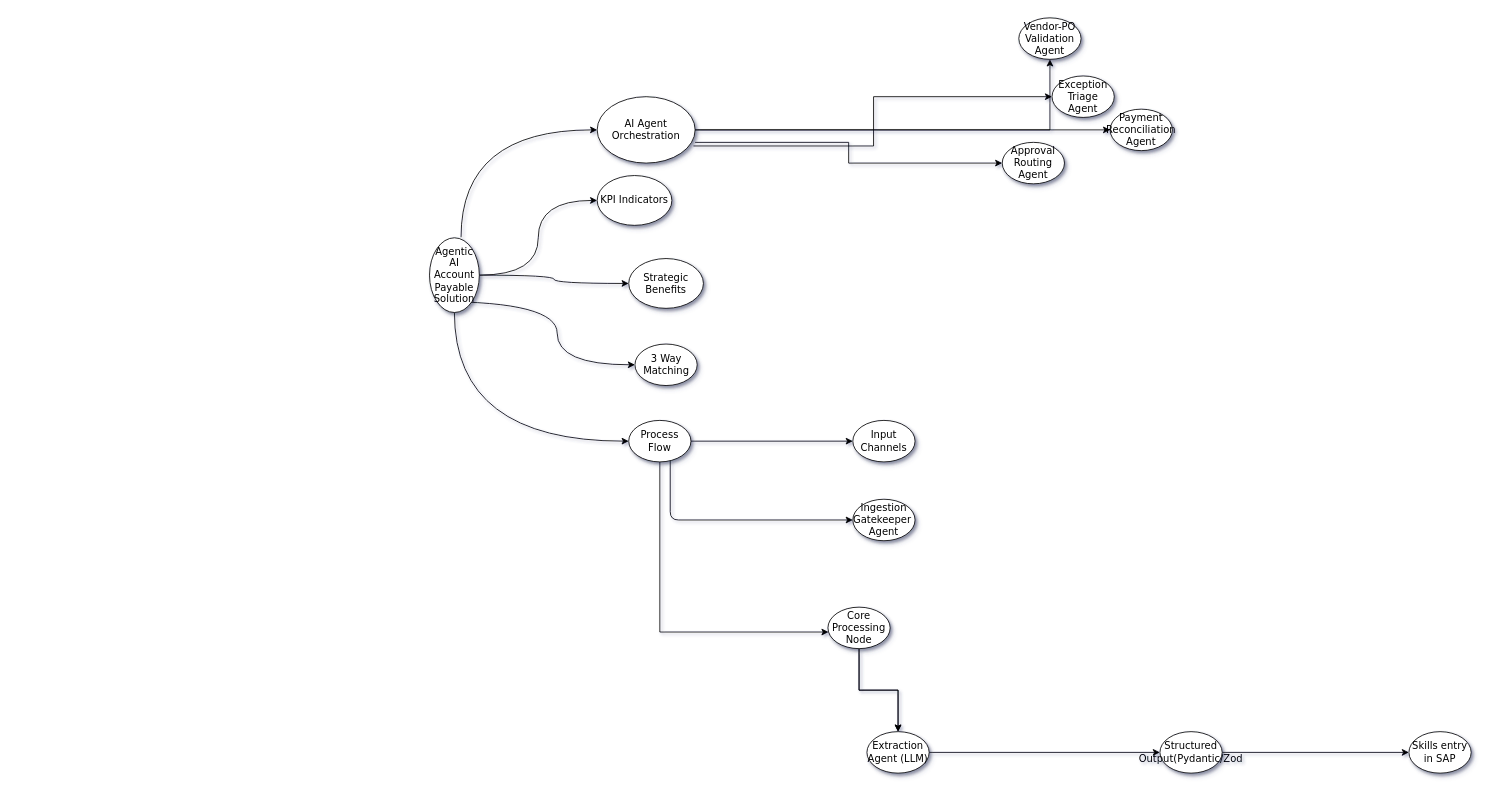
Before: page "Page-1" (1 of 2) of Untitled Diagram.drawio in dev-samar/agentic-ap-workforce, a draw.io diagram. Source tidied: cells renumbered, new cells numbered last; positions are measured from the earlier drawing's top-left corner, leaving out a move shared by most shapes. Both pictures are drawn from the tidied source at 83%, with x=0, y=0 at pixel (429, 17).
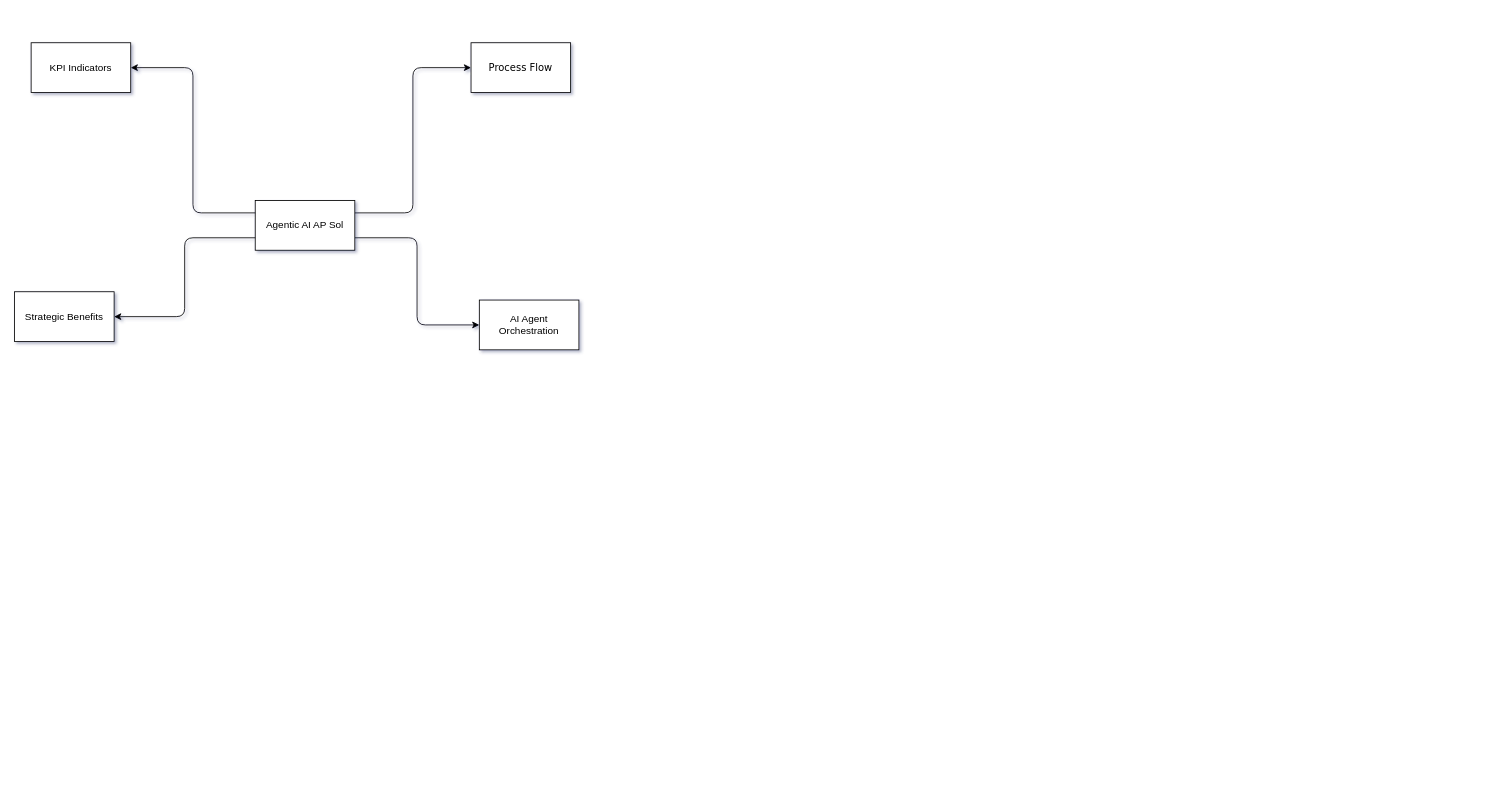
Above is the later version.

What changed in the source:
```diff
@@
-    <mxCell id="2" style="edgeStyle=orthogonalEdgeStyle;rounded=1;jettySize=auto;html=1;curved=1;entryX=0;entryY=0.5;entryDx=0;entryDy=0;exitX=-0.007;exitY=0.633;exitDx=0;exitDy=0;exitPerimeter=0;" parent="1" edge="1" source="7" target="9">
+    <mxCell id="2" style="edgeStyle=orthogonalEdgeStyle;rounded=1;jettySize=auto;html=1;entryX=0;entryY=0.5;entryDx=0;entryDy=0;exitX=1;exitY=0.75;exitDx=0;exitDy=0;" parent="1" edge="1" source="37" target="9">
       <mxGeometry relative="1" as="geometry" />
     </mxCell>
-    <mxCell id="3" style="edgeStyle=orthogonalEdgeStyle;rounded=1;jettySize=auto;html=1;entryX=0;entryY=0.5;entryDx=0;entryDy=0;curved=1;" parent="1" edge="1" source="7" target="14">
-      <mxGeometry relative="1" as="geometry" />
-    </mxCell>
-    <mxCell id="4" style="edgeStyle=orthogonalEdgeStyle;rounded=1;jettySize=auto;html=1;entryX=0;entryY=0.5;entryDx=0;entryDy=0;curved=1;" parent="1" edge="1" source="7" target="15">
-      <mxGeometry relative="1" as="geometry" />
-    </mxCell>
-    <mxCell id="5" style="edgeStyle=orthogonalEdgeStyle;rounded=1;jettySize=auto;html=1;exitX=1;exitY=1;exitDx=0;exitDy=0;curved=1;entryX=0;entryY=0.5;entryDx=0;entryDy=0;" parent="1" edge="1" source="7" target="8">
-      <mxGeometry relative="1" as="geometry" />
-    </mxCell>
-    <mxCell id="6" style="edgeStyle=orthogonalEdgeStyle;rounded=1;jettySize=auto;html=1;curved=1;entryX=0;entryY=0.5;entryDx=0;entryDy=0;exitX=1;exitY=0.5;exitDx=0;exitDy=0;" parent="1" edge="1" source="7" target="13">
+    <mxCell id="6" style="edgeStyle=orthogonalEdgeStyle;rounded=1;jettySize=auto;html=1;entryX=0;entryY=0.5;entryDx=0;entryDy=0;exitX=1;exitY=0.25;exitDx=0;exitDy=0;" parent="1" edge="1" source="37" target="13">
       <mxGeometry relative="1" as="geometry" />
     </mxCell>
-    <mxCell id="7" value="Agentic AI Account Payable Solution" style="ellipse;whiteSpace=wrap;html=1;rounded=1;shadow=1;comic=0;labelBackgroundColor=none;strokeWidth=1;fontFamily=Verdana;fontSize=12;align=center;direction=south;flipH=1;legacyAnchorPoints=0;flipV=0;" parent="1" vertex="1">
-      <mxGeometry y="265" width="60" height="90" as="geometry" />
-    </mxCell>
-    <mxCell id="8" value="&lt;span&gt;3 Way Matching&lt;/span&gt;" style="ellipse;whiteSpace=wrap;html=1;rounded=1;shadow=1;comic=0;labelBackgroundColor=none;strokeWidth=1;fontFamily=Verdana;fontSize=12;align=center;" parent="1" vertex="1">
-      <mxGeometry x="247.5" y="393" width="75" height="50" as="geometry" />
-    </mxCell>
-    <mxCell id="9" value="&lt;span&gt;AI Agent Orchestration&lt;/span&gt;" style="ellipse;whiteSpace=wrap;html=1;rounded=1;shadow=1;comic=0;labelBackgroundColor=none;strokeWidth=1;fontFamily=Verdana;fontSize=12;align=center;" parent="1" vertex="1">
-      <mxGeometry x="202" y="95" width="118" height="80" as="geometry" />
-    </mxCell>
-    <mxCell id="10" style="edgeStyle=orthogonalEdgeStyle;rounded=1;jettySize=auto;html=1;entryX=0;entryY=0.5;entryDx=0;entryDy=0;" parent="1" edge="1" source="13" target="26">
-      <mxGeometry relative="1" as="geometry">
-        <Array as="points">
-          <mxPoint x="290" y="605" />
-        </Array>
-      </mxGeometry>
-    </mxCell>
-    <mxCell id="11" style="edgeStyle=orthogonalEdgeStyle;rounded=0;jettySize=auto;html=1;" parent="1" edge="1" source="13" target="27">
-      <mxGeometry relative="1" as="geometry" />
-    </mxCell>
-    <mxCell id="12" style="edgeStyle=orthogonalEdgeStyle;rounded=0;jettySize=auto;html=1;" parent="1" edge="1" source="13" target="25">
-      <mxGeometry relative="1" as="geometry">
-        <Array as="points">
-          <mxPoint x="277.5" y="740" />
-        </Array>
-      </mxGeometry>
-    </mxCell>
-    <mxCell id="13" value="Process Flow" style="ellipse;whiteSpace=wrap;html=1;rounded=1;shadow=1;comic=0;labelBackgroundColor=none;strokeWidth=1;fontFamily=Verdana;fontSize=12;align=center;" parent="1" vertex="1">
-      <mxGeometry x="240" y="485" width="75" height="50" as="geometry" />
+    <mxCell id="13" value="&lt;span style=&quot;font-family: Verdana;&quot;&gt;Process Flow&lt;/span&gt;" style="rounded=0;whiteSpace=wrap;html=1;" parent="1" vertex="1">
+      <mxGeometry x="50" y="30" width="120" height="60" as="geometry" />
     </mxCell>
+    <mxCell id="37" value="Agentic AI AP Sol" style="rounded=0;whiteSpace=wrap;html=1;" parent="1" vertex="1">
+      <mxGeometry x="-210" y="220" width="120" height="60" as="geometry" />
+    </mxCell>
-    <mxCell id="14" value="KPI Indicators" style="ellipse;whiteSpace=wrap;html=1;rounded=1;shadow=1;comic=0;labelBackgroundColor=none;strokeWidth=1;fontFamily=Verdana;fontSize=12;align=center;" parent="1" vertex="1">
-      <mxGeometry x="202" y="190" width="90" height="60" as="geometry" />
+    <mxCell id="14" value="KPI Indicators" style="rounded=0;whiteSpace=wrap;html=1;" parent="1" vertex="1">
+      <mxGeometry x="-480" y="30" width="120" height="60" as="geometry" />
     </mxCell>
-    <mxCell id="15" value="Strategic Benefits" style="ellipse;whiteSpace=wrap;html=1;rounded=1;shadow=1;comic=0;labelBackgroundColor=none;strokeWidth=1;fontFamily=Verdana;fontSize=12;align=center;" parent="1" vertex="1">
-      <mxGeometry x="240" y="290" width="90" height="60" as="geometry" />
+    <mxCell id="15" value="Strategic Benefits" style="rounded=0;whiteSpace=wrap;html=1;" parent="1" vertex="1">
+      <mxGeometry x="-500" y="330" width="120" height="60" as="geometry" />
     </mxCell>
-    <mxCell id="16" style="edgeStyle=orthogonalEdgeStyle;rounded=0;jettySize=auto;html=1;" parent="1" edge="1" source="25" target="29">
-      <mxGeometry relative="1" as="geometry" />
-    </mxCell>
-    <mxCell id="17" style="edgeStyle=orthogonalEdgeStyle;rounded=0;jettySize=auto;html=1;" parent="1" edge="1" source="29" target="30">
-      <mxGeometry relative="1" as="geometry" />
-    </mxCell>
-    <mxCell id="18" style="edgeStyle=orthogonalEdgeStyle;rounded=0;jettySize=auto;html=1;" parent="1" edge="1" source="30" target="31">
-      <mxGeometry relative="1" as="geometry" />
-    </mxCell>
-    <mxCell id="19" parent="0" />
-    <mxCell id="20" style="edgeStyle=orthogonalEdgeStyle;rounded=0;jettySize=auto;html=1;exitX=1;exitY=0.5;exitDx=0;exitDy=0;" parent="19" edge="1" source="9" target="33">
-      <mxGeometry relative="1" as="geometry" />
-    </mxCell>
-    <mxCell id="21" style="edgeStyle=orthogonalEdgeStyle;rounded=0;jettySize=auto;html=1;" parent="19" edge="1" source="25" target="29">
-      <mxGeometry relative="1" as="geometry" />
-    </mxCell>
-    <mxCell id="22" style="edgeStyle=orthogonalEdgeStyle;rounded=0;jettySize=auto;html=1;exitX=0.983;exitY=0.742;exitDx=0;exitDy=0;exitPerimeter=0;" parent="19" edge="1" source="9" target="34">
-      <mxGeometry relative="1" as="geometry" />
-    </mxCell>
-    <mxCell id="23" style="edgeStyle=orthogonalEdgeStyle;rounded=0;jettySize=auto;html=1;exitX=1;exitY=0.688;exitDx=0;exitDy=0;exitPerimeter=0;" parent="19" edge="1" source="9" target="35">
-      <mxGeometry relative="1" as="geometry" />
-    </mxCell>
-    <mxCell id="24" style="edgeStyle=orthogonalEdgeStyle;rounded=0;jettySize=auto;html=1;exitX=1;exitY=0.5;exitDx=0;exitDy=0;" parent="19" edge="1" source="9" target="36">
-      <mxGeometry relative="1" as="geometry" />
-    </mxCell>
-    <mxCell id="25" value="Core Processing Node" style="ellipse;whiteSpace=wrap;html=1;rounded=1;shadow=1;comic=0;labelBackgroundColor=none;strokeWidth=1;fontFamily=Verdana;fontSize=12;align=center;" parent="19" vertex="1">
-      <mxGeometry x="480" y="710" width="75" height="50" as="geometry" />
-    </mxCell>
-    <mxCell id="26" value="Ingestion Gatekeeper&amp;nbsp; Agent" style="ellipse;whiteSpace=wrap;html=1;rounded=1;shadow=1;comic=0;labelBackgroundColor=none;strokeWidth=1;fontFamily=Verdana;fontSize=12;align=center;" parent="19" vertex="1">
-      <mxGeometry x="510" y="580" width="75" height="50" as="geometry" />
-    </mxCell>
-    <mxCell id="27" value="Input Channels" style="ellipse;whiteSpace=wrap;html=1;rounded=1;shadow=1;comic=0;labelBackgroundColor=none;strokeWidth=1;fontFamily=Verdana;fontSize=12;align=center;" parent="19" vertex="1">
-      <mxGeometry x="510" y="485" width="75" height="50" as="geometry" />
-    </mxCell>
-    <mxCell id="28" parent="0" />
-    <mxCell id="29" value="Extraction Agent (LLM)" style="ellipse;whiteSpace=wrap;html=1;rounded=1;shadow=1;comic=0;labelBackgroundColor=none;strokeWidth=1;fontFamily=Verdana;fontSize=12;align=center;" parent="28" vertex="1">
-      <mxGeometry x="527" y="860" width="75" height="50" as="geometry" />
-    </mxCell>
-    <mxCell id="30" value="Structured Output(Pydantic/Zod" style="ellipse;whiteSpace=wrap;html=1;rounded=1;shadow=1;comic=0;labelBackgroundColor=none;strokeWidth=1;fontFamily=Verdana;fontSize=12;align=center;" parent="28" vertex="1">
-      <mxGeometry x="880" y="860" width="75" height="50" as="geometry" />
-    </mxCell>
-    <mxCell id="31" value="Skills entry in SAP" style="ellipse;whiteSpace=wrap;html=1;rounded=1;shadow=1;comic=0;labelBackgroundColor=none;strokeWidth=1;fontFamily=Verdana;fontSize=12;align=center;" parent="28" vertex="1">
-      <mxGeometry x="1180" y="860" width="75" height="50" as="geometry" />
-    </mxCell>
-    <mxCell id="32" parent="0" />
-    <mxCell id="33" value="Vendor-PO Validation Agent" style="ellipse;whiteSpace=wrap;html=1;rounded=1;shadow=1;comic=0;labelBackgroundColor=none;strokeWidth=1;fontFamily=Verdana;fontSize=12;align=center;" parent="32" vertex="1">
-      <mxGeometry x="710" width="75" height="50" as="geometry" />
-    </mxCell>
-    <mxCell id="34" value="Exception Triage Agent" style="ellipse;whiteSpace=wrap;html=1;rounded=1;shadow=1;comic=0;labelBackgroundColor=none;strokeWidth=1;fontFamily=Verdana;fontSize=12;align=center;" parent="32" vertex="1">
-      <mxGeometry x="750" y="70" width="75" height="50" as="geometry" />
-    </mxCell>
-    <mxCell id="35" value="Approval Routing Agent" style="ellipse;whiteSpace=wrap;html=1;rounded=1;shadow=1;comic=0;labelBackgroundColor=none;strokeWidth=1;fontFamily=Verdana;fontSize=12;align=center;" parent="32" vertex="1">
-      <mxGeometry x="690" y="150" width="75" height="50" as="geometry" />
-    </mxCell>
-    <mxCell id="36" value="Payment Reconciliation Agent" style="ellipse;whiteSpace=wrap;html=1;rounded=1;shadow=1;comic=0;labelBackgroundColor=none;strokeWidth=1;fontFamily=Verdana;fontSize=12;align=center;" parent="32" vertex="1">
-      <mxGeometry x="820" y="110" width="75" height="50" as="geometry" />
-    </mxCell>
+    <mxCell id="4" style="edgeStyle=orthogonalEdgeStyle;rounded=1;jettySize=auto;html=1;entryX=1;entryY=0.5;entryDx=0;entryDy=0;exitX=0;exitY=0.75;exitDx=0;exitDy=0;" parent="1" edge="1" source="37" target="15">
+      <mxGeometry relative="1" as="geometry" />
+    </mxCell>
+    <mxCell id="3" style="edgeStyle=orthogonalEdgeStyle;rounded=1;jettySize=auto;html=1;entryX=1;entryY=0.5;entryDx=0;entryDy=0;exitX=0;exitY=0.25;exitDx=0;exitDy=0;" parent="1" edge="1" source="37" target="14">
+      <mxGeometry relative="1" as="geometry" />
+    </mxCell>
+    <mxCell id="9" value="AI Agent Orchestration" style="rounded=0;whiteSpace=wrap;html=1;" parent="1" vertex="1">
+      <mxGeometry x="60" y="340" width="120" height="60" as="geometry" />
+    </mxCell>
```
